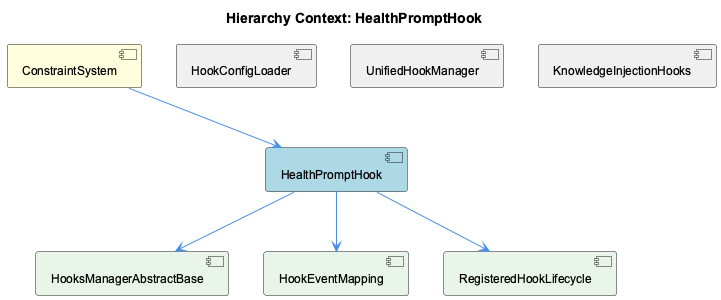
Earlier version of the PlantUML export knowledge-management/insights/images/health-prompt-hook-relationship.png (fwornle/coding).
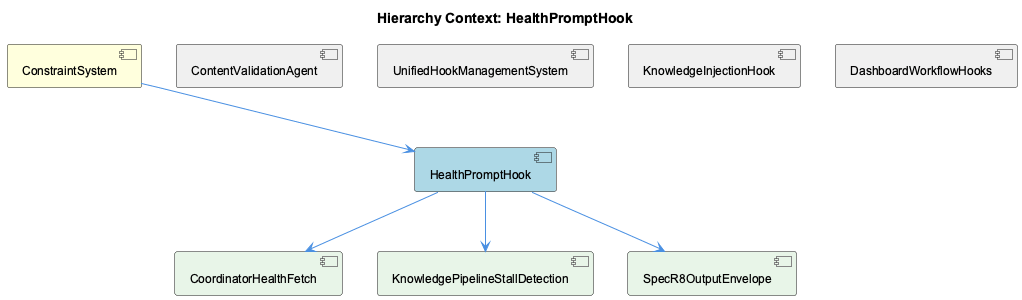
The same diagram one commit later.

What changed in the source:
```diff
@@ -5,19 +5,21 @@
 
 [ConstraintSystem] as constraint_system #FFFFDD
 [HealthPromptHook] as health_prompt_hook #LightBlue
-[HookConfigLoader] as hook_config_loader #F0F0F0
-[UnifiedHookManager] as unified_hook_manager #F0F0F0
-[KnowledgeInjectionHooks] as knowledge_injection_hooks #F0F0F0
-[HooksManagerAbstractBase] as hooks_manager_abstract_base #E8F5E8
-[HookEventMapping] as hook_event_mapping #E8F5E8
-[RegisteredHookLifecycle] as registered_hook_lifecycle #E8F5E8
+[ContentValidationAgent] as content_validation_agent #F0F0F0
+[UnifiedHookManagementSystem] as unified_hook_management_system #F0F0F0
+[KnowledgeInjectionHook] as knowledge_injection_hook #F0F0F0
+[DashboardWorkflowHooks] as dashboard_workflow_hooks #F0F0F0
+[CoordinatorHealthFetch] as coordinator_health_fetch #E8F5E8
+[KnowledgePipelineStallDetection] as knowledge_pipeline_stall_detection #E8F5E8
+[SpecR8OutputEnvelope] as spec_r8_output_envelope #E8F5E8
 
 constraint_system --> health_prompt_hook
-hook_config_loader -[hidden]- health_prompt_hook
-unified_hook_manager -[hidden]- health_prompt_hook
-knowledge_injection_hooks -[hidden]- health_prompt_hook
-health_prompt_hook --> hooks_manager_abstract_base
-health_prompt_hook --> hook_event_mapping
-health_prompt_hook --> registered_hook_lifecycle
+content_validation_agent -[hidden]- health_prompt_hook
+unified_hook_management_system -[hidden]- health_prompt_hook
+knowledge_injection_hook -[hidden]- health_prompt_hook
+dashboard_workflow_hooks -[hidden]- health_prompt_hook
+health_prompt_hook --> coordinator_health_fetch
+health_prompt_hook --> knowledge_pipeline_stall_detection
+health_prompt_hook --> spec_r8_output_envelope
 
 @enduml
```
